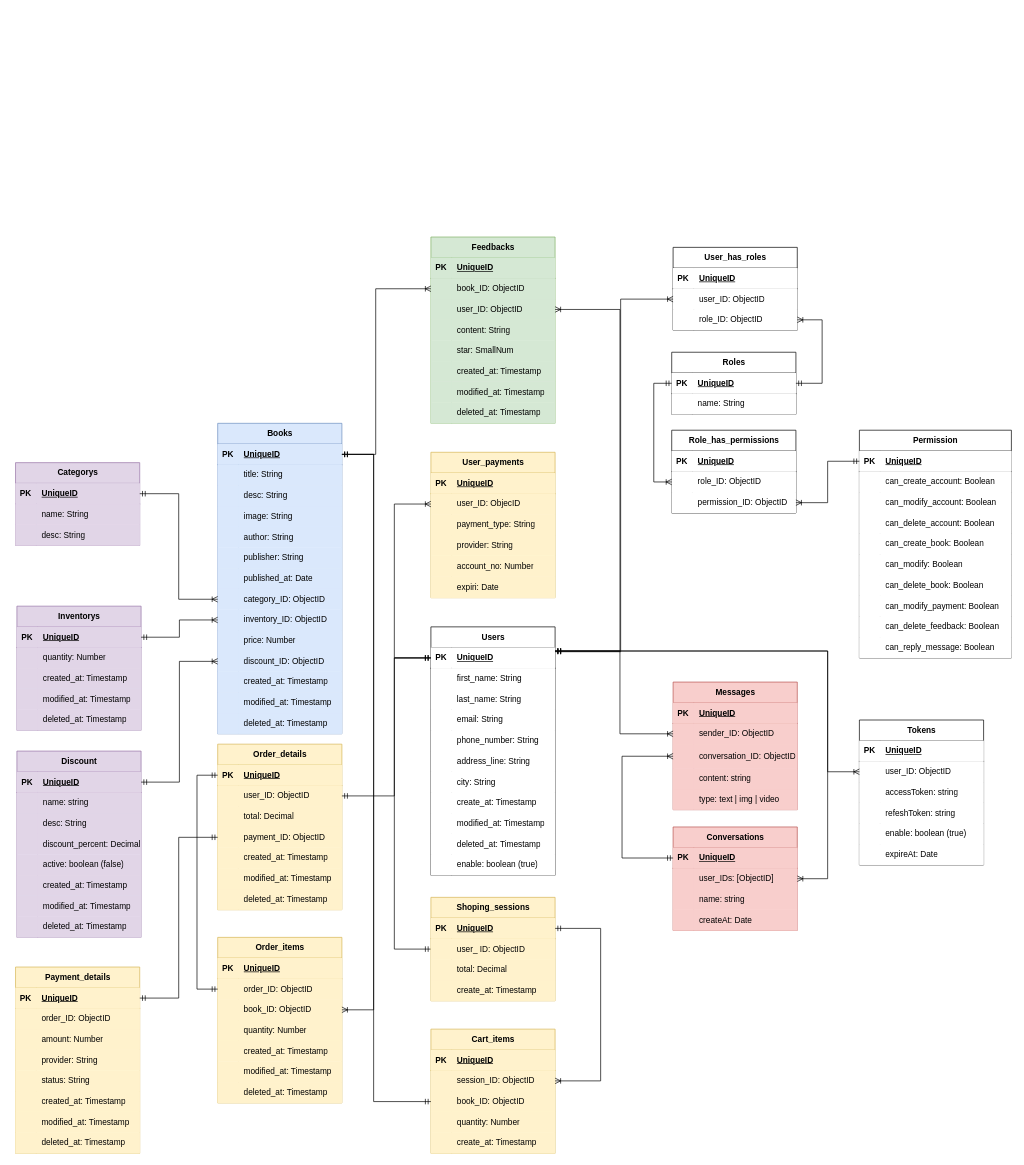
The draw.io diagram Diagram-Ebook-Shop.drawio in Khanh-BangPham/Diagram-Store, before the edit. Source tidied: cells renumbered, new cells numbered last; positions are measured from the earlier drawing's top-left corner, leaving out a move shared by most shapes. Both pictures are drawn from the tidied source at 69%, with x=0, y=0 at pixel (15, 237).
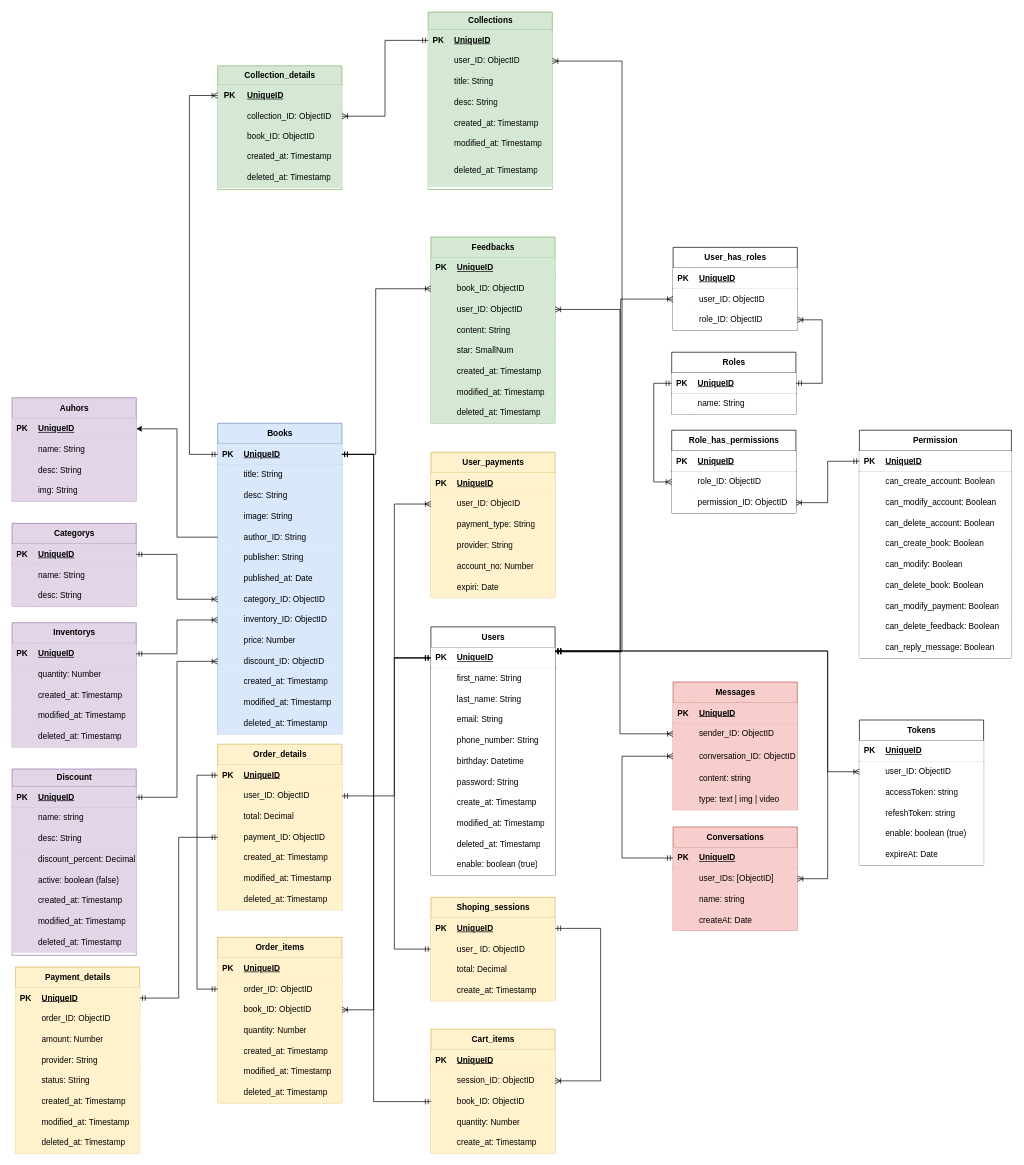
The same diagram, later.

Commit message:
Cập nhật Diagram-Ebook-Shop.drawio

The change refers to these unchanged cells:
```xml
<mxCell id="18" style="shape=tableRow;horizontal=0;startSize=0;swimlaneHead=0;swimlaneBody=0;top=0;left=0;right=0;bottom=0;" parent="2" vertex="1">
  <mxGeometry y="180" width="180" height="30" as="geometry" />
</mxCell>
<mxCell id="21" style="shape=tableRow;horizontal=0;startSize=0;swimlaneHead=0;swimlaneBody=0;top=0;left=0;right=0;bottom=0;" parent="2" vertex="1">
  <mxGeometry y="210" width="180" height="30" as="geometry" />
</mxCell>
<mxCell id="56" style="shape=tableRow;horizontal=0;startSize=0;swimlaneHead=0;swimlaneBody=0;fillColor=#dae8fc;points=[[0,0.5],[1,0.5]];portConstraint=eastwest;top=0;left=0;right=0;bottom=1;strokeColor=#6c8ebf;" parent="55" vertex="1">
  <mxGeometry y="30" width="180" height="30" as="geometry" />
</mxCell>
<mxCell id="68" style="shape=tableRow;horizontal=0;startSize=0;swimlaneHead=0;swimlaneBody=0;fillColor=#dae8fc;points=[[0,0.5],[1,0.5]];portConstraint=eastwest;top=0;left=0;right=0;bottom=0;strokeColor=#6c8ebf;" parent="55" vertex="1">
  <mxGeometry y="150" width="180" height="30" as="geometry" />
</mxCell>
```

Change to the diagram source:
```diff
@@
-    <mxCell id="20" value="address_line: String" style="shape=partialRectangle;top=0;left=0;bottom=0;right=0;align=left;spacingLeft=6;overflow=hidden;whiteSpace=wrap;html=1;" parent="18" vertex="1">
+    <mxCell id="20" value="birthday: Datetime" style="shape=partialRectangle;top=0;left=0;bottom=0;right=0;align=left;spacingLeft=6;overflow=hidden;whiteSpace=wrap;html=1;" parent="18" vertex="1">
       <mxGeometry x="30" width="150" height="30" as="geometry" />
     </mxCell>
@@
-    <mxCell id="23" value="city: String" style="shape=partialRectangle;top=0;left=0;bottom=0;right=0;align=left;spacingLeft=6;overflow=hidden;whiteSpace=wrap;html=1;" parent="21" vertex="1">
+    <mxCell id="23" value="password: String" style="shape=partialRectangle;top=0;left=0;bottom=0;right=0;align=left;spacingLeft=6;overflow=hidden;whiteSpace=wrap;html=1;" parent="21" vertex="1">
       <mxGeometry x="30" width="150" height="30" as="geometry" />
     </mxCell>
@@
-    <mxCell id="70" value="author: String" style="shape=partialRectangle;fillColor=#dae8fc;top=0;left=0;bottom=0;right=0;align=left;spacingLeft=6;overflow=hidden;whiteSpace=wrap;html=1;strokeColor=#6c8ebf;" parent="68" vertex="1">
+    <mxCell id="70" value="author_ID: String" style="shape=partialRectangle;fillColor=#dae8fc;top=0;left=0;bottom=0;right=0;align=left;spacingLeft=6;overflow=hidden;whiteSpace=wrap;html=1;strokeColor=#6c8ebf;" parent="68" vertex="1">
       <mxGeometry x="30" width="150" height="30" as="geometry" />
     </mxCell>
@@
     <mxCell id="123" value="Categorys" style="shape=table;startSize=30;childLayout=tableLayout;rowLines=0;fontStyle=1;align=center;html=1;fillColor=#e1d5e7;strokeColor=#9673a6;" parent="1" vertex="1">
-      <mxGeometry y="327" width="180" height="120" as="geometry" />
+      <mxGeometry x="-5" y="415" width="180" height="120" as="geometry" />
     </mxCell>
@@
-    <mxCell id="162" value="Discount" style="shape=table;startSize=30;childLayout=tableLayout;rowLines=0;fontStyle=1;align=center;html=1;fillColor=#e1d5e7;strokeColor=#9673a6;" parent="1" vertex="1">
-      <mxGeometry x="2" y="745" width="180" height="270" as="geometry" />
+    <mxCell id="162" value="Discount" style="shape=table;startSize=26;childLayout=tableLayout;rowLines=0;fontStyle=1;align=center;html=1;fillColor=#e1d5e7;strokeColor=#9673a6;" parent="1" vertex="1">
+      <mxGeometry x="-5" y="771" width="180" height="270" as="geometry" />
     </mxCell>
     <mxCell id="163" style="shape=tableRow;horizontal=0;startSize=0;swimlaneHead=0;swimlaneBody=0;fillColor=#e1d5e7;points=[[0,0.5],[1,0.5]];portConstraint=eastwest;top=0;left=0;right=0;bottom=1;strokeColor=#9673a6;" parent="162" vertex="1">
-      <mxGeometry y="30" width="180" height="30" as="geometry" />
+      <mxGeometry y="26" width="180" height="30" as="geometry" />
     </mxCell>
@@
     <mxCell id="166" style="shape=tableRow;horizontal=0;startSize=0;swimlaneHead=0;swimlaneBody=0;fillColor=#e1d5e7;top=0;left=0;right=0;bottom=0;strokeColor=#9673a6;" parent="162" vertex="1">
-      <mxGeometry y="60" width="180" height="30" as="geometry" />
+      <mxGeometry y="56" width="180" height="30" as="geometry" />
     </mxCell>
@@
     <mxCell id="169" style="shape=tableRow;horizontal=0;startSize=0;swimlaneHead=0;swimlaneBody=0;fillColor=#e1d5e7;top=0;left=0;right=0;bottom=0;strokeColor=#9673a6;" parent="162" vertex="1">
-      <mxGeometry y="90" width="180" height="30" as="geometry" />
+      <mxGeometry y="86" width="180" height="30" as="geometry" />
     </mxCell>
@@
     <mxCell id="172" style="shape=tableRow;horizontal=0;startSize=0;swimlaneHead=0;swimlaneBody=0;fillColor=#e1d5e7;top=0;left=0;right=0;bottom=0;strokeColor=#9673a6;" parent="162" vertex="1">
-      <mxGeometry y="120" width="180" height="30" as="geometry" />
+      <mxGeometry y="116" width="180" height="30" as="geometry" />
     </mxCell>
@@
     <mxCell id="175" style="shape=tableRow;horizontal=0;startSize=0;swimlaneHead=0;swimlaneBody=0;fillColor=#e1d5e7;top=0;left=0;right=0;bottom=0;strokeColor=#9673a6;" parent="162" vertex="1">
-      <mxGeometry y="150" width="180" height="30" as="geometry" />
+      <mxGeometry y="146" width="180" height="30" as="geometry" />
     </mxCell>
@@
     <mxCell id="178" style="shape=tableRow;horizontal=0;startSize=0;swimlaneHead=0;swimlaneBody=0;fillColor=#e1d5e7;top=0;left=0;right=0;bottom=0;strokeColor=#9673a6;" parent="162" vertex="1">
-      <mxGeometry y="180" width="180" height="30" as="geometry" />
+      <mxGeometry y="176" width="180" height="30" as="geometry" />
     </mxCell>
@@
     <mxCell id="181" style="shape=tableRow;horizontal=0;startSize=0;swimlaneHead=0;swimlaneBody=0;fillColor=#e1d5e7;top=0;left=0;right=0;bottom=0;strokeColor=#9673a6;" parent="162" vertex="1">
-      <mxGeometry y="210" width="180" height="30" as="geometry" />
+      <mxGeometry y="206" width="180" height="30" as="geometry" />
     </mxCell>
@@
     <mxCell id="184" style="shape=tableRow;horizontal=0;startSize=0;swimlaneHead=0;swimlaneBody=0;fillColor=#e1d5e7;top=0;left=0;right=0;bottom=0;strokeColor=#9673a6;" parent="162" vertex="1">
-      <mxGeometry y="240" width="180" height="30" as="geometry" />
+      <mxGeometry y="236" width="180" height="30" as="geometry" />
     </mxCell>
@@
     <mxCell id="242" value="Inventorys" style="shape=table;startSize=30;childLayout=tableLayout;rowLines=0;fontStyle=1;align=center;html=1;fillColor=#e1d5e7;strokeColor=#9673a6;" parent="1" vertex="1">
-      <mxGeometry x="2" y="535" width="180" height="180" as="geometry" />
+      <mxGeometry x="-5" y="559" width="180" height="180" as="geometry" />
     </mxCell>
@@
+    <mxCell id="399" value="Auhors" style="shape=table;startSize=30;childLayout=tableLayout;rowLines=0;fontStyle=1;align=center;html=1;fillColor=#e1d5e7;strokeColor=#9673a6;" parent="1" vertex="1">
+      <mxGeometry x="-5" y="233" width="180" height="150" as="geometry" />
+    </mxCell>
+    <mxCell id="400" style="shape=tableRow;horizontal=0;startSize=0;swimlaneHead=0;swimlaneBody=0;fillColor=#e1d5e7;points=[[0,0.5],[1,0.5]];portConstraint=eastwest;top=0;left=0;right=0;bottom=1;strokeColor=#9673a6;" parent="399" vertex="1">
+      <mxGeometry y="30" width="180" height="30" as="geometry" />
+    </mxCell>
+    <mxCell id="401" value="PK" style="shape=partialRectangle;fillColor=#e1d5e7;top=0;left=0;bottom=0;right=0;fontStyle=1;overflow=hidden;whiteSpace=wrap;html=1;strokeColor=#9673a6;" parent="400" vertex="1">
+      <mxGeometry width="30" height="30" as="geometry" />
+    </mxCell>
+    <mxCell id="402" value="UniqueID" style="shape=partialRectangle;fillColor=#e1d5e7;top=0;left=0;bottom=0;right=0;align=left;spacingLeft=6;fontStyle=5;overflow=hidden;whiteSpace=wrap;html=1;strokeColor=#9673a6;" parent="400" vertex="1">
+      <mxGeometry x="30" width="150" height="30" as="geometry" />
+    </mxCell>
+    <mxCell id="403" style="shape=tableRow;horizontal=0;startSize=0;swimlaneHead=0;swimlaneBody=0;fillColor=#e1d5e7;top=0;left=0;right=0;bottom=0;strokeColor=#9673a6;" parent="399" vertex="1">
+      <mxGeometry y="60" width="180" height="30" as="geometry" />
+    </mxCell>
+    <mxCell id="404" style="shape=partialRectangle;fillColor=#e1d5e7;top=0;left=0;bottom=0;right=0;overflow=hidden;whiteSpace=wrap;html=1;strokeColor=#9673a6;" parent="403" vertex="1">
+      <mxGeometry width="30" height="30" as="geometry" />
+    </mxCell>
+    <mxCell id="405" value="name: String" style="shape=partialRectangle;fillColor=#e1d5e7;top=0;left=0;bottom=0;right=0;align=left;spacingLeft=6;overflow=hidden;whiteSpace=wrap;html=1;strokeColor=#9673a6;" parent="403" vertex="1">
+      <mxGeometry x="30" width="150" height="30" as="geometry" />
+    </mxCell>
+    <mxCell id="406" style="shape=tableRow;horizontal=0;startSize=0;swimlaneHead=0;swimlaneBody=0;fillColor=#e1d5e7;top=0;left=0;right=0;bottom=0;strokeColor=#9673a6;" parent="399" vertex="1">
+      <mxGeometry y="90" width="180" height="30" as="geometry" />
+    </mxCell>
+    <mxCell id="407" style="shape=partialRectangle;fillColor=#e1d5e7;top=0;left=0;bottom=0;right=0;overflow=hidden;whiteSpace=wrap;html=1;strokeColor=#9673a6;" parent="406" vertex="1">
+      <mxGeometry width="30" height="30" as="geometry" />
+    </mxCell>
+    <mxCell id="408" value="desc: String" style="shape=partialRectangle;fillColor=#e1d5e7;top=0;left=0;bottom=0;right=0;align=left;spacingLeft=6;overflow=hidden;whiteSpace=wrap;html=1;strokeColor=#9673a6;" parent="406" vertex="1">
+      <mxGeometry x="30" width="150" height="30" as="geometry" />
+    </mxCell>
+    <mxCell id="409" style="shape=tableRow;horizontal=0;startSize=0;swimlaneHead=0;swimlaneBody=0;fillColor=#e1d5e7;top=0;left=0;right=0;bottom=0;strokeColor=#9673a6;" parent="399" vertex="1">
+      <mxGeometry y="120" width="180" height="30" as="geometry" />
+    </mxCell>
+    <mxCell id="410" style="shape=partialRectangle;fillColor=#e1d5e7;top=0;left=0;bottom=0;right=0;overflow=hidden;whiteSpace=wrap;html=1;strokeColor=#9673a6;" parent="409" vertex="1">
+      <mxGeometry width="30" height="30" as="geometry" />
+    </mxCell>
+    <mxCell id="411" value="img: String" style="shape=partialRectangle;fillColor=#e1d5e7;top=0;left=0;bottom=0;right=0;align=left;spacingLeft=6;overflow=hidden;whiteSpace=wrap;html=1;strokeColor=#9673a6;" parent="409" vertex="1">
+      <mxGeometry x="30" width="150" height="30" as="geometry" />
+    </mxCell>
+    <mxCell id="412" style="edgeStyle=orthogonalEdgeStyle;rounded=0;jettySize=auto;html=1;" parent="1" edge="1" source="68" target="400">
+      <mxGeometry relative="1" as="geometry" />
+    </mxCell>
+    <mxCell id="413" value="Collection_details" style="shape=table;startSize=28;childLayout=tableLayout;rowLines=0;fontStyle=1;align=center;html=1;fillColor=#d5e8d4;strokeColor=#82b366;" parent="1" vertex="1">
+      <mxGeometry x="293" y="-248.1" width="180" height="179.2" as="geometry" />
+    </mxCell>
+    <mxCell id="414" style="shape=tableRow;horizontal=0;startSize=0;swimlaneHead=0;swimlaneBody=0;fillColor=#d5e8d4;points=[[0,0.5],[1,0.5]];portConstraint=eastwest;top=0;left=0;right=0;bottom=1;strokeColor=#82b366;" parent="413" vertex="1">
+      <mxGeometry y="28" width="180" height="30" as="geometry" />
+    </mxCell>
+    <mxCell id="415" value="PK" style="shape=partialRectangle;fillColor=#d5e8d4;top=0;left=0;bottom=0;right=0;fontStyle=1;overflow=hidden;whiteSpace=wrap;html=1;strokeColor=#82b366;" parent="414" vertex="1">
+      <mxGeometry width="34.5" height="30" as="geometry" />
+    </mxCell>
+    <mxCell id="416" value="UniqueID" style="shape=partialRectangle;fillColor=#d5e8d4;top=0;left=0;bottom=0;right=0;align=left;spacingLeft=6;fontStyle=5;overflow=hidden;whiteSpace=wrap;html=1;strokeColor=#82b366;" parent="414" vertex="1">
+      <mxGeometry x="34.5" width="145.5" height="30" as="geometry" />
+    </mxCell>
+    <mxCell id="417" style="shape=tableRow;horizontal=0;startSize=0;swimlaneHead=0;swimlaneBody=0;fillColor=#d5e8d4;points=[[0,0.5],[1,0.5]];portConstraint=eastwest;top=0;left=0;right=0;bottom=0;strokeColor=#82b366;" parent="413" vertex="1">
+      <mxGeometry y="58" width="180" height="30" as="geometry" />
+    </mxCell>
+    <mxCell id="418" style="shape=partialRectangle;fillColor=#d5e8d4;top=0;left=0;bottom=0;right=0;overflow=hidden;whiteSpace=wrap;html=1;strokeColor=#82b366;" parent="417" vertex="1">
+      <mxGeometry width="34.5" height="30" as="geometry" />
+    </mxCell>
+    <mxCell id="419" value="collection_ID: ObjectID" style="shape=partialRectangle;fillColor=#d5e8d4;top=0;left=0;bottom=0;right=0;align=left;spacingLeft=6;overflow=hidden;whiteSpace=wrap;html=1;strokeColor=#82b366;" parent="417" vertex="1">
+      <mxGeometry x="34.5" width="145.5" height="30" as="geometry" />
+    </mxCell>
+    <mxCell id="420" style="shape=tableRow;horizontal=0;startSize=0;swimlaneHead=0;swimlaneBody=0;fillColor=#d5e8d4;top=0;left=0;right=0;bottom=0;strokeColor=#82b366;" parent="413" vertex="1">
+      <mxGeometry y="88" width="180" height="29" as="geometry" />
+    </mxCell>
+    <mxCell id="421" style="shape=partialRectangle;fillColor=#d5e8d4;top=0;left=0;bottom=0;right=0;overflow=hidden;whiteSpace=wrap;html=1;strokeColor=#82b366;" parent="420" vertex="1">
+      <mxGeometry width="34.5" height="29" as="geometry" />
+    </mxCell>
+    <mxCell id="422" value="book_ID: ObjectID" style="shape=partialRectangle;fillColor=#d5e8d4;top=0;left=0;bottom=0;right=0;align=left;spacingLeft=6;overflow=hidden;whiteSpace=wrap;html=1;strokeColor=#82b366;" parent="420" vertex="1">
+      <mxGeometry x="34.5" width="145.5" height="29" as="geometry" />
+    </mxCell>
+    <mxCell id="423" style="shape=tableRow;horizontal=0;startSize=0;swimlaneHead=0;swimlaneBody=0;fillColor=#d5e8d4;top=0;left=0;right=0;bottom=0;strokeColor=#82b366;" parent="413" vertex="1">
+      <mxGeometry y="117" width="180" height="30" as="geometry" />
+    </mxCell>
+    <mxCell id="424" style="shape=partialRectangle;fillColor=#d5e8d4;top=0;left=0;bottom=0;right=0;overflow=hidden;whiteSpace=wrap;html=1;strokeColor=#82b366;" parent="423" vertex="1">
+      <mxGeometry width="34.5" height="30" as="geometry" />
+    </mxCell>
+    <mxCell id="425" value="created_at: Timestamp" style="shape=partialRectangle;fillColor=#d5e8d4;top=0;left=0;bottom=0;right=0;align=left;spacingLeft=6;overflow=hidden;whiteSpace=wrap;html=1;strokeColor=#82b366;" parent="423" vertex="1">
+      <mxGeometry x="34.5" width="145.5" height="30" as="geometry" />
+    </mxCell>
+    <mxCell id="426" style="shape=tableRow;horizontal=0;startSize=0;swimlaneHead=0;swimlaneBody=0;fillColor=#d5e8d4;top=0;left=0;right=0;bottom=0;strokeColor=#82b366;" parent="413" vertex="1">
+      <mxGeometry y="147" width="180" height="30" as="geometry" />
+    </mxCell>
+    <mxCell id="427" style="shape=partialRectangle;fillColor=#d5e8d4;top=0;left=0;bottom=0;right=0;overflow=hidden;whiteSpace=wrap;html=1;strokeColor=#82b366;" parent="426" vertex="1">
+      <mxGeometry width="34.5" height="30" as="geometry" />
+    </mxCell>
+    <mxCell id="428" value="deleted_at: Timestamp" style="shape=partialRectangle;fillColor=#d5e8d4;top=0;left=0;bottom=0;right=0;align=left;spacingLeft=6;overflow=hidden;whiteSpace=wrap;html=1;strokeColor=#82b366;" parent="426" vertex="1">
+      <mxGeometry x="34.5" width="145.5" height="30" as="geometry" />
+    </mxCell>
+    <mxCell id="429" value="Collections" style="shape=table;startSize=26;childLayout=tableLayout;rowLines=0;fontStyle=1;align=center;html=1;fillColor=#d5e8d4;strokeColor=#82b366;" parent="1" vertex="1">
+      <mxGeometry x="598" y="-326" width="180" height="257.1" as="geometry" />
+    </mxCell>
+    <mxCell id="430" style="shape=tableRow;horizontal=0;startSize=0;swimlaneHead=0;swimlaneBody=0;fillColor=#d5e8d4;points=[[0,0.5],[1,0.5]];portConstraint=eastwest;top=0;left=0;right=0;bottom=1;strokeColor=#82b366;" parent="429" vertex="1">
+      <mxGeometry y="26" width="180" height="30" as="geometry" />
+    </mxCell>
+    <mxCell id="431" value="PK" style="shape=partialRectangle;fillColor=#d5e8d4;top=0;left=0;bottom=0;right=0;fontStyle=1;overflow=hidden;whiteSpace=wrap;html=1;strokeColor=#82b366;" parent="430" vertex="1">
+      <mxGeometry width="30.2" height="30" as="geometry" />
+    </mxCell>
+    <mxCell id="432" value="UniqueID" style="shape=partialRectangle;fillColor=#d5e8d4;top=0;left=0;bottom=0;right=0;align=left;spacingLeft=6;fontStyle=5;overflow=hidden;whiteSpace=wrap;html=1;strokeColor=#82b366;" parent="430" vertex="1">
+      <mxGeometry x="30.2" width="149.8" height="30" as="geometry" />
+    </mxCell>
+    <mxCell id="433" style="shape=tableRow;horizontal=0;startSize=0;swimlaneHead=0;swimlaneBody=0;fillColor=#d5e8d4;points=[[0,0.5],[1,0.5]];portConstraint=eastwest;top=0;left=0;right=0;bottom=0;strokeColor=#82b366;" parent="429" vertex="1">
+      <mxGeometry y="56" width="180" height="30" as="geometry" />
+    </mxCell>
+    <mxCell id="434" style="shape=partialRectangle;fillColor=#d5e8d4;top=0;left=0;bottom=0;right=0;overflow=hidden;whiteSpace=wrap;html=1;strokeColor=#82b366;" parent="433" vertex="1">
+      <mxGeometry width="30.2" height="30" as="geometry" />
+    </mxCell>
+    <mxCell id="435" value="user_ID: ObjectID" style="shape=partialRectangle;fillColor=#d5e8d4;top=0;left=0;bottom=0;right=0;align=left;spacingLeft=6;overflow=hidden;whiteSpace=wrap;html=1;strokeColor=#82b366;" parent="433" vertex="1">
+      <mxGeometry x="30.2" width="149.8" height="30" as="geometry" />
+    </mxCell>
+    <mxCell id="436" style="shape=tableRow;horizontal=0;startSize=0;swimlaneHead=0;swimlaneBody=0;fillColor=#d5e8d4;top=0;left=0;right=0;bottom=0;strokeColor=#82b366;" parent="429" vertex="1">
+      <mxGeometry y="86" width="180" height="30" as="geometry" />
+    </mxCell>
+    <mxCell id="437" style="shape=partialRectangle;fillColor=#d5e8d4;top=0;left=0;bottom=0;right=0;overflow=hidden;whiteSpace=wrap;html=1;strokeColor=#82b366;" parent="436" vertex="1">
+      <mxGeometry width="30.2" height="30" as="geometry" />
+    </mxCell>
+    <mxCell id="438" value="title: String" style="shape=partialRectangle;fillColor=#d5e8d4;top=0;left=0;bottom=0;right=0;align=left;spacingLeft=6;overflow=hidden;whiteSpace=wrap;html=1;strokeColor=#82b366;" parent="436" vertex="1">
+      <mxGeometry x="30.2" width="149.8" height="30" as="geometry" />
+    </mxCell>
+    <mxCell id="439" style="shape=tableRow;horizontal=0;startSize=0;swimlaneHead=0;swimlaneBody=0;fillColor=#d5e8d4;top=0;left=0;right=0;bottom=0;strokeColor=#82b366;" parent="429" vertex="1">
+      <mxGeometry y="116" width="180" height="30" as="geometry" />
+    </mxCell>
+    <mxCell id="440" style="shape=partialRectangle;fillColor=#d5e8d4;top=0;left=0;bottom=0;right=0;overflow=hidden;whiteSpace=wrap;html=1;strokeColor=#82b366;" parent="439" vertex="1">
+      <mxGeometry width="30.2" height="30" as="geometry" />
+    </mxCell>
+    <mxCell id="441" value="desc: String" style="shape=partialRectangle;fillColor=#d5e8d4;top=0;left=0;bottom=0;right=0;align=left;spacingLeft=6;overflow=hidden;whiteSpace=wrap;html=1;strokeColor=#82b366;" parent="439" vertex="1">
+      <mxGeometry x="30.2" width="149.8" height="30" as="geometry" />
+    </mxCell>
+    <mxCell id="442" style="shape=tableRow;horizontal=0;startSize=0;swimlaneHead=0;swimlaneBody=0;fillColor=#d5e8d4;top=0;left=0;right=0;bottom=0;strokeColor=#82b366;" parent="429" vertex="1">
+      <mxGeometry y="146" width="180" height="30" as="geometry" />
+    </mxCell>
+    <mxCell id="443" style="shape=partialRectangle;fillColor=#d5e8d4;top=0;left=0;bottom=0;right=0;overflow=hidden;whiteSpace=wrap;html=1;strokeColor=#82b366;" parent="442" vertex="1">
+      <mxGeometry width="30.2" height="30" as="geometry" />
+    </mxCell>
+    <mxCell id="444" value="created_at: Timestamp" style="shape=partialRectangle;fillColor=#d5e8d4;top=0;left=0;bottom=0;right=0;align=left;spacingLeft=6;overflow=hidden;whiteSpace=wrap;html=1;strokeColor=#82b366;" parent="442" vertex="1">
+      <mxGeometry x="30.2" width="149.8" height="30" as="geometry" />
+    </mxCell>
+    <mxCell id="445" style="shape=tableRow;horizontal=0;startSize=0;swimlaneHead=0;swimlaneBody=0;fillColor=#d5e8d4;top=0;left=0;right=0;bottom=0;strokeColor=#82b366;" parent="429" vertex="1">
+      <mxGeometry y="176" width="180" height="30" as="geometry" />
+    </mxCell>
+    <mxCell id="446" style="shape=partialRectangle;fillColor=#d5e8d4;top=0;left=0;bottom=0;right=0;overflow=hidden;whiteSpace=wrap;html=1;strokeColor=#82b366;" parent="445" vertex="1">
+      <mxGeometry width="30.2" height="30" as="geometry" />
+    </mxCell>
+    <mxCell id="447" value="modified_at: Timestamp" style="shape=partialRectangle;fillColor=#d5e8d4;top=0;left=0;bottom=0;right=0;align=left;spacingLeft=6;overflow=hidden;whiteSpace=wrap;html=1;strokeColor=#82b366;" parent="445" vertex="1">
+      <mxGeometry x="30.2" width="149.8" height="30" as="geometry" />
+    </mxCell>
+    <mxCell id="448" style="shape=tableRow;horizontal=0;startSize=0;swimlaneHead=0;swimlaneBody=0;fillColor=#d5e8d4;top=0;left=0;right=0;bottom=0;strokeColor=#82b366;" parent="429" vertex="1">
+      <mxGeometry y="206" width="180" height="47" as="geometry" />
+    </mxCell>
+    <mxCell id="449" style="shape=partialRectangle;fillColor=#d5e8d4;top=0;left=0;bottom=0;right=0;overflow=hidden;whiteSpace=wrap;html=1;strokeColor=#82b366;" parent="448" vertex="1">
+      <mxGeometry width="30.2" height="47" as="geometry" />
+    </mxCell>
+    <mxCell id="450" value="deleted_at: Timestamp" style="shape=partialRectangle;fillColor=#d5e8d4;top=0;left=0;bottom=0;right=0;align=left;spacingLeft=6;overflow=hidden;whiteSpace=wrap;html=1;strokeColor=#82b366;" parent="448" vertex="1">
+      <mxGeometry x="30.2" width="149.8" height="47" as="geometry" />
+    </mxCell>
+    <mxCell id="451" style="edgeStyle=orthogonalEdgeStyle;rounded=0;jettySize=auto;html=1;endArrow=ERmandOne;endFill=0;startArrow=ERoneToMany;startFill=0;" parent="1" edge="1" source="433">
+      <mxGeometry relative="1" as="geometry">
+        <mxPoint x="783" y="601" as="targetPoint" />
+        <Array as="points">
+          <mxPoint x="879" y="-255" />
+          <mxPoint x="879" y="601" />
+        </Array>
+      </mxGeometry>
+    </mxCell>
+    <mxCell id="452" style="edgeStyle=orthogonalEdgeStyle;rounded=0;jettySize=auto;html=1;startArrow=ERoneToMany;startFill=0;endArrow=ERmandOne;endFill=0;" parent="1" edge="1" source="417" target="430">
+      <mxGeometry relative="1" as="geometry" />
+    </mxCell>
+    <mxCell id="453" style="edgeStyle=orthogonalEdgeStyle;rounded=0;jettySize=auto;html=1;startArrow=ERoneToMany;startFill=0;endArrow=ERmandOne;endFill=0;" parent="1" edge="1" source="414" target="56">
+      <mxGeometry relative="1" as="geometry">
+        <Array as="points">
+          <mxPoint x="252" y="-205" />
+          <mxPoint x="252" y="315" />
+        </Array>
+      </mxGeometry>
+    </mxCell>
```
